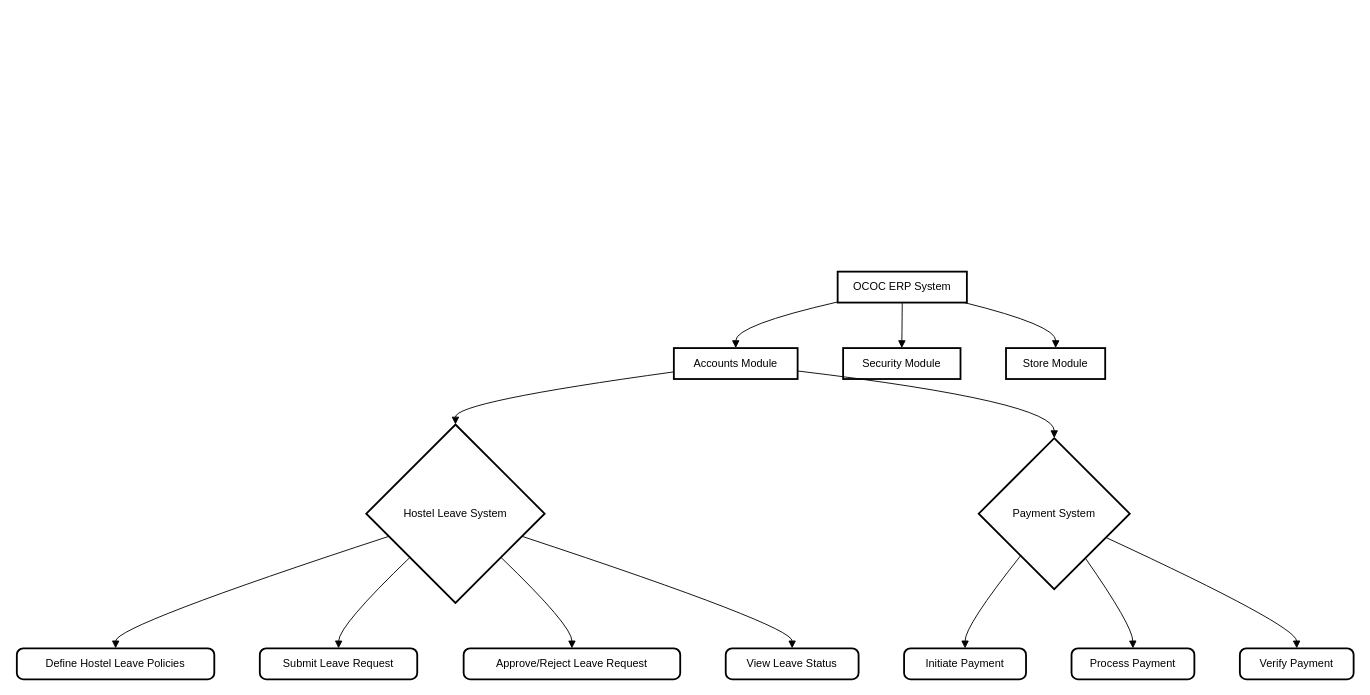
Before: Untitled Diagram.drawio in pragyananda/pdf-book-ocr, a draw.io diagram. Source tidied: cells renumbered, new cells numbered last; positions are measured from the earlier drawing's top-left corner, leaving out a move shared by most shapes. Both pictures are drawn from the tidied source at 91%, with x=0, y=0 at pixel (16, 271).
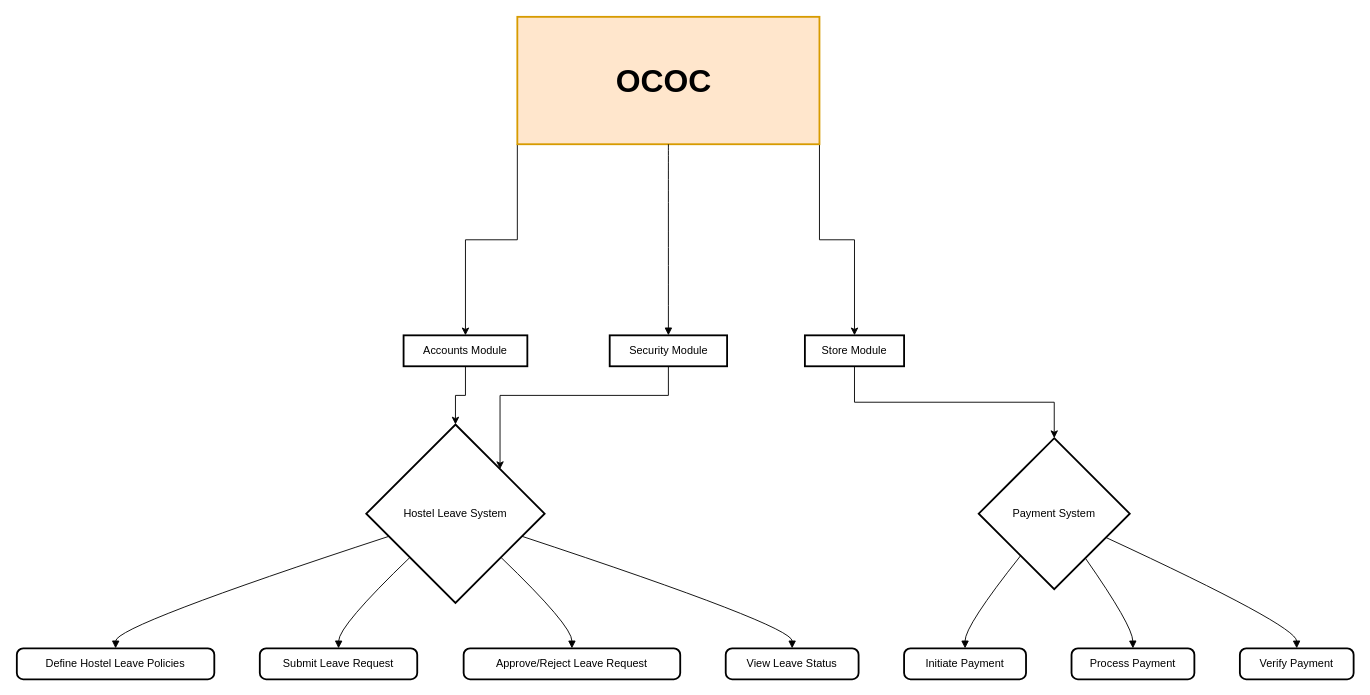
The same page after the edit.

The change refers to these unchanged cells:
```xml
<mxCell id="6" value="Hostel Leave System" style="rhombus;strokeWidth=2;whiteSpace=wrap;" parent="1" vertex="1">
  <mxGeometry x="384" y="168" width="196" height="196" as="geometry" />
</mxCell>
<mxCell id="7" value="Payment System" style="rhombus;strokeWidth=2;whiteSpace=wrap;" parent="1" vertex="1">
  <mxGeometry x="1057" y="183" width="166" height="166" as="geometry" />
</mxCell>
```

What changed in the source:
```diff
@@
+    <mxCell id="15" style="edgeStyle=orthogonalEdgeStyle;rounded=0;jettySize=auto;html=1;exitX=0;exitY=1;exitDx=0;exitDy=0;entryX=0.5;entryY=0;entryDx=0;entryDy=0;" parent="1" edge="1" source="2" target="3">
+      <mxGeometry relative="1" as="geometry" />
+    </mxCell>
+    <mxCell id="17" style="edgeStyle=orthogonalEdgeStyle;rounded=0;jettySize=auto;html=1;exitX=1;exitY=1;exitDx=0;exitDy=0;entryX=0.5;entryY=0;entryDx=0;entryDy=0;" parent="1" edge="1" source="2" target="5">
+      <mxGeometry relative="1" as="geometry" />
+    </mxCell>
-    <mxCell id="2" value="OCOC ERP System" style="whiteSpace=wrap;strokeWidth=2;" parent="1" vertex="1">
-      <mxGeometry x="902" width="142" height="34" as="geometry" />
+    <mxCell id="2" value="OCOC " style="whiteSpace=wrap;strokeWidth=2;fontStyle=1;fillColor=#ffe6cc;strokeColor=#d79b00;fontSize=35;" parent="1" vertex="1">
+      <mxGeometry x="550" y="-280" width="332" height="140" as="geometry" />
     </mxCell>
+    <mxCell id="18" style="edgeStyle=orthogonalEdgeStyle;rounded=0;jettySize=auto;html=1;exitX=0.5;exitY=1;exitDx=0;exitDy=0;entryX=0.5;entryY=0;entryDx=0;entryDy=0;" parent="1" edge="1" source="3" target="6">
+      <mxGeometry relative="1" as="geometry" />
+    </mxCell>
     <mxCell id="3" value="Accounts Module" style="whiteSpace=wrap;strokeWidth=2;" parent="1" vertex="1">
-      <mxGeometry x="722" y="84" width="136" height="34" as="geometry" />
+      <mxGeometry x="425" y="70" width="136" height="34" as="geometry" />
     </mxCell>
+    <mxCell id="27" style="edgeStyle=orthogonalEdgeStyle;rounded=0;jettySize=auto;html=1;exitX=0.5;exitY=1;exitDx=0;exitDy=0;entryX=1;entryY=0;entryDx=0;entryDy=0;" parent="1" edge="1" source="4" target="6">
+      <mxGeometry relative="1" as="geometry" />
+    </mxCell>
     <mxCell id="4" value="Security Module" style="whiteSpace=wrap;strokeWidth=2;" parent="1" vertex="1">
-      <mxGeometry x="908" y="84" width="129" height="34" as="geometry" />
+      <mxGeometry x="651.5" y="70" width="129" height="34" as="geometry" />
     </mxCell>
+    <mxCell id="28" style="edgeStyle=orthogonalEdgeStyle;rounded=0;jettySize=auto;html=1;exitX=0.5;exitY=1;exitDx=0;exitDy=0;entryX=0.5;entryY=0;entryDx=0;entryDy=0;" parent="1" edge="1" source="5" target="7">
+      <mxGeometry relative="1" as="geometry" />
+    </mxCell>
     <mxCell id="5" value="Store Module" style="whiteSpace=wrap;strokeWidth=2;" parent="1" vertex="1">
-      <mxGeometry x="1087" y="84" width="109" height="34" as="geometry" />
+      <mxGeometry x="866" y="70" width="109" height="34" as="geometry" />
     </mxCell>
@@
-    <mxCell id="15" style="curved=1;startArrow=none;endArrow=block;exitX=0;exitY=0.98;entryX=0.5;entryY=0;" parent="1" edge="1" source="2" target="3">
-      <mxGeometry relative="1" as="geometry">
-        <Array as="points">
-          <mxPoint x="790" y="59" />
-        </Array>
-      </mxGeometry>
-    </mxCell>
@@
-    <mxCell id="17" style="curved=1;startArrow=none;endArrow=block;exitX=0.98;exitY=1;entryX=0.5;entryY=0;" parent="1" edge="1" source="2" target="5">
-      <mxGeometry relative="1" as="geometry">
-        <Array as="points">
-          <mxPoint x="1142" y="59" />
-        </Array>
-      </mxGeometry>
-    </mxCell>
-    <mxCell id="18" style="curved=1;startArrow=none;endArrow=block;exitX=0;exitY=0.77;entryX=0.5;entryY=0;" parent="1" edge="1" source="3" target="6">
-      <mxGeometry relative="1" as="geometry">
-        <Array as="points">
-          <mxPoint x="482" y="143" />
-        </Array>
-      </mxGeometry>
-    </mxCell>
-    <mxCell id="19" style="curved=1;startArrow=none;endArrow=block;exitX=1;exitY=0.74;entryX=0.5;entryY=0;" parent="1" edge="1" source="3" target="7">
-      <mxGeometry relative="1" as="geometry">
-        <Array as="points">
-          <mxPoint x="1140" y="143" />
-        </Array>
-      </mxGeometry>
-    </mxCell>
```
